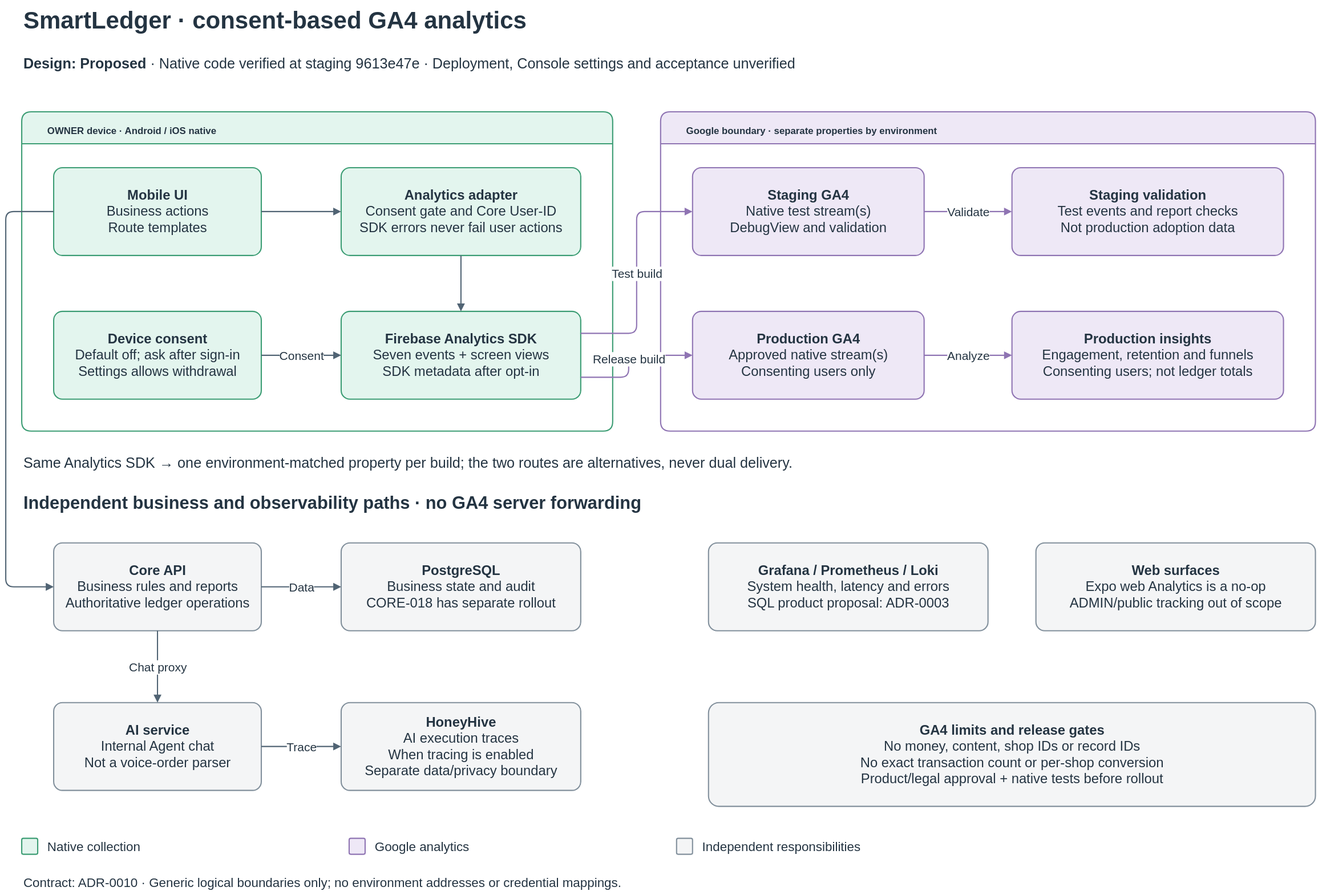
The draw.io diagram docs/architecture/diagrams/images/system-ga4.svg in miphu2804/smart-ledger, before a commit. Source tidied: cells renumbered, new cells last; positions are measured from the earlier drawing's top-left corner, leaving out a move shared by most shapes.
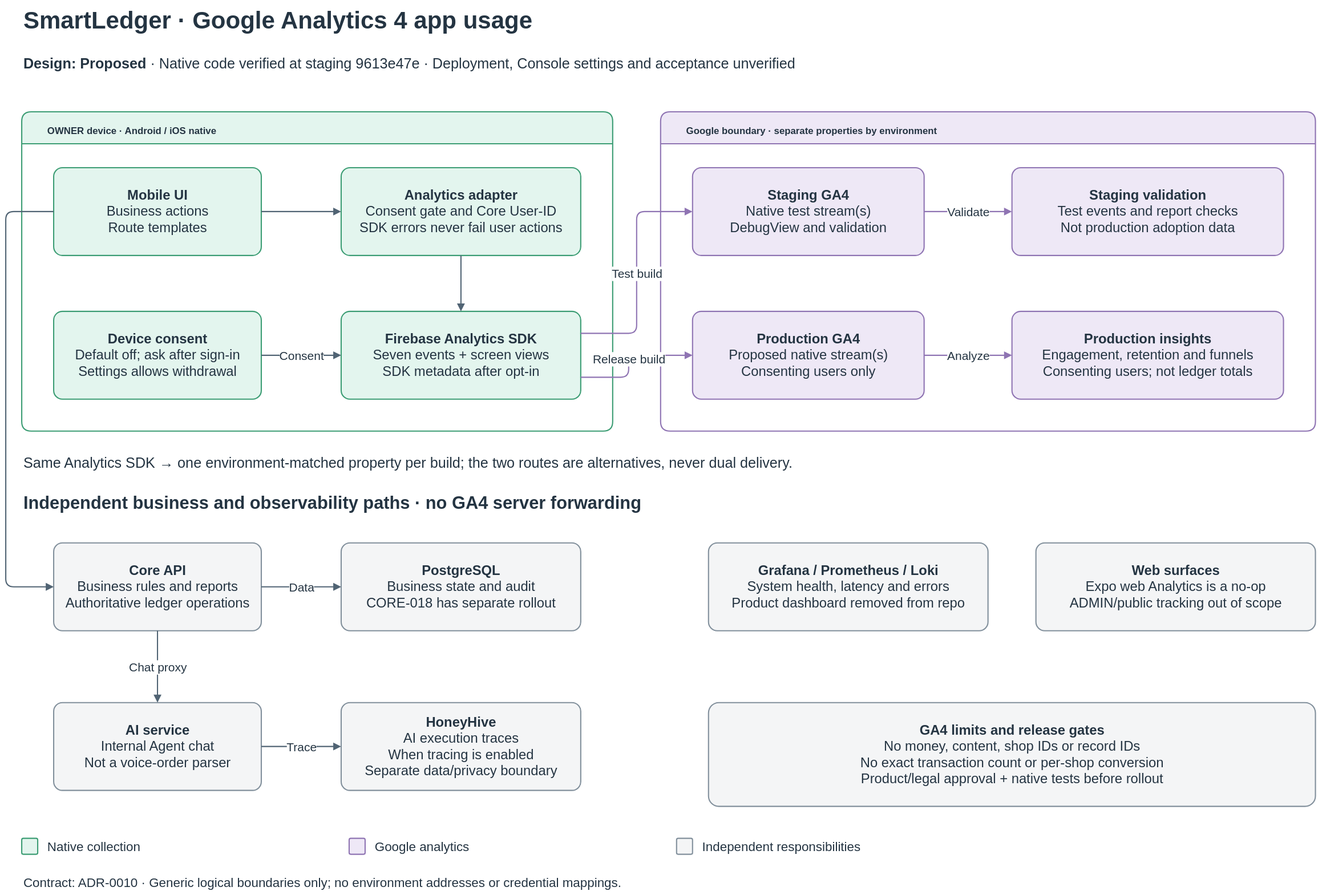
After the change.

Commit message:
docs(architecture): align analytics diagrams

What changed in the source:
```diff
@@ -2,7 +2,7 @@
   <root>
     <mxCell id="0" />
     <mxCell id="1" parent="0" />
-    <mxCell id="2" value="&lt;b&gt;SmartLedger · consent-based GA4 analytics&lt;/b&gt;" style="text;html=1;align=left;verticalAlign=middle;whiteSpace=wrap;overflow=hidden;fontColor=#243442;fontFamily=Arial;fontSize=30;" parent="1" vertex="1">
+    <mxCell id="2" value="&lt;b&gt;SmartLedger · Google Analytics 4 app usage&lt;/b&gt;" style="text;html=1;align=left;verticalAlign=middle;whiteSpace=wrap;overflow=hidden;fontColor=#243442;fontFamily=Arial;fontSize=30;" parent="1" vertex="1">
       <mxGeometry x="20" width="1600" height="50" as="geometry" />
     </mxCell>
     <mxCell id="3" value="&lt;b&gt;Design: Proposed&lt;/b&gt; · Native code verified at staging 9613e47e · Deployment, Console settings and acceptance unverified" style="text;html=1;align=left;verticalAlign=middle;whiteSpace=wrap;overflow=hidden;fontColor=#243442;fontFamily=Arial;fontSize=18;" parent="1" vertex="1">
@@ -29,7 +29,7 @@
     <mxCell id="10" value="&lt;b&gt;Staging GA4&lt;/b&gt;&lt;br&gt;Native test stream(s)&lt;br&gt;DebugView and validation" style="rounded=1;arcSize=10;html=1;whiteSpace=wrap;align=center;verticalAlign=middle;spacing=12;fillColor=#eee8f6;strokeColor=#8f74b3;strokeWidth=1.5;fontColor=#243442;fontFamily=Arial;fontSize=17;" parent="9" vertex="1">
       <mxGeometry x="40" y="70" width="290" height="110" as="geometry" />
     </mxCell>
-    <mxCell id="11" value="&lt;b&gt;Production GA4&lt;/b&gt;&lt;br&gt;Approved native stream(s)&lt;br&gt;Consenting users only" style="rounded=1;arcSize=10;html=1;whiteSpace=wrap;align=center;verticalAlign=middle;spacing=12;fillColor=#eee8f6;strokeColor=#8f74b3;strokeWidth=1.5;fontColor=#243442;fontFamily=Arial;fontSize=17;" parent="9" vertex="1">
+    <mxCell id="11" value="&lt;b&gt;Production GA4&lt;/b&gt;&lt;br&gt;Proposed native stream(s)&lt;br&gt;Consenting users only" style="rounded=1;arcSize=10;html=1;whiteSpace=wrap;align=center;verticalAlign=middle;spacing=12;fillColor=#eee8f6;strokeColor=#8f74b3;strokeWidth=1.5;fontColor=#243442;fontFamily=Arial;fontSize=17;" parent="9" vertex="1">
       <mxGeometry x="40" y="250" width="290" height="110" as="geometry" />
     </mxCell>
     <mxCell id="12" value="&lt;b&gt;Staging validation&lt;/b&gt;&lt;br&gt;Test events and report checks&lt;br&gt;Not production adoption data" style="rounded=1;arcSize=10;html=1;whiteSpace=wrap;align=center;verticalAlign=middle;spacing=12;fillColor=#eee8f6;strokeColor=#8f74b3;strokeWidth=1.5;fontColor=#243442;fontFamily=Arial;fontSize=17;" parent="9" vertex="1">
@@ -56,7 +56,7 @@
     <mxCell id="19" value="&lt;b&gt;HoneyHive&lt;/b&gt;&lt;br&gt;AI execution traces&lt;br&gt;When tracing is enabled&lt;br&gt;Separate data/privacy boundary" style="rounded=1;arcSize=10;html=1;whiteSpace=wrap;align=center;verticalAlign=middle;spacing=12;fillColor=#f4f5f6;strokeColor=#82909c;strokeWidth=1.5;fontColor=#243442;fontFamily=Arial;fontSize=17;" parent="1" vertex="1">
       <mxGeometry x="420" y="880" width="300" height="110" as="geometry" />
     </mxCell>
-    <mxCell id="20" value="&lt;b&gt;Grafana / Prometheus / Loki&lt;/b&gt;&lt;br&gt;System health, latency and errors&lt;br&gt;SQL product proposal: ADR-0003" style="rounded=1;arcSize=10;html=1;whiteSpace=wrap;align=center;verticalAlign=middle;spacing=12;fillColor=#f4f5f6;strokeColor=#82909c;strokeWidth=1.5;fontColor=#243442;fontFamily=Arial;fontSize=17;" parent="1" vertex="1">
+    <mxCell id="20" value="&lt;b&gt;Grafana / Prometheus / Loki&lt;/b&gt;&lt;br&gt;System health, latency and errors&lt;br&gt;Product dashboard removed from repo" style="rounded=1;arcSize=10;html=1;whiteSpace=wrap;align=center;verticalAlign=middle;spacing=12;fillColor=#f4f5f6;strokeColor=#82909c;strokeWidth=1.5;fontColor=#243442;fontFamily=Arial;fontSize=17;" parent="1" vertex="1">
       <mxGeometry x="880" y="680" width="350" height="110" as="geometry" />
     </mxCell>
     <mxCell id="21" value="&lt;b&gt;Web surfaces&lt;/b&gt;&lt;br&gt;Expo web Analytics is a no-op&lt;br&gt;ADMIN/public tracking out of scope" style="rounded=1;arcSize=10;html=1;whiteSpace=wrap;align=center;verticalAlign=middle;spacing=12;fillColor=#f4f5f6;strokeColor=#82909c;strokeWidth=1.5;fontColor=#243442;fontFamily=Arial;fontSize=17;" parent="1" vertex="1">
```
